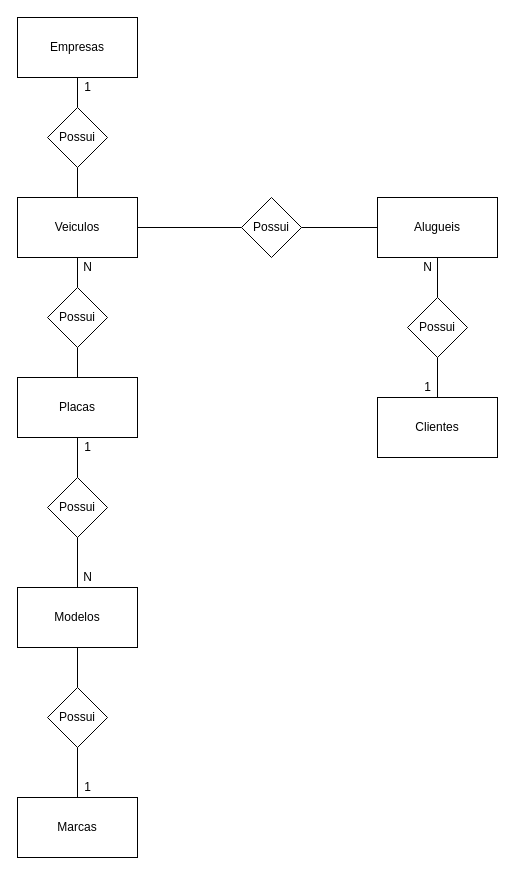
Above: 1.2-exercicio-locadora/1.2-exercicio-locadora.drawio in oliveira-joao/senai_sprint_1bd (draw.io), before the change. Source tidied: cells renumbered, new cells numbered last; positions are measured from the earlier drawing's top-left corner, leaving out a move shared by most shapes. Both pictures are drawn from the tidied source at 100%, with x=0, y=0 at pixel (17, 17).
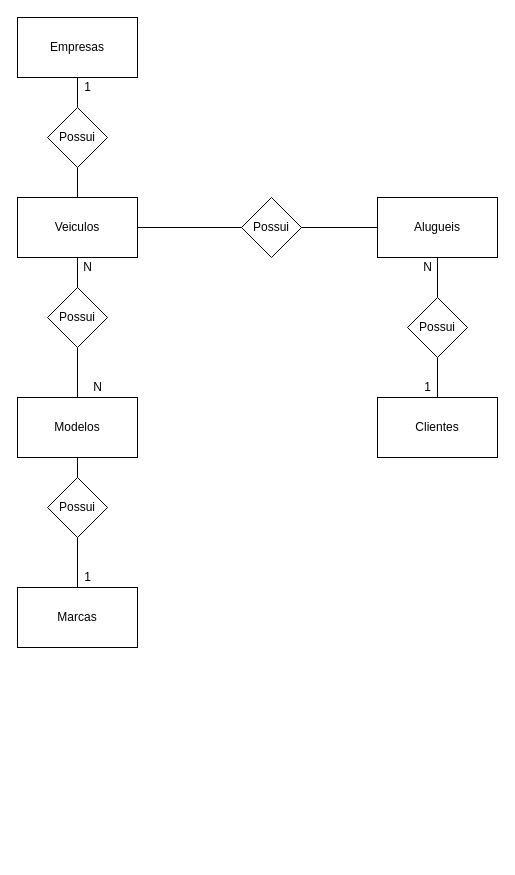
The same page after the edit.

Commit message (it also covers changes not shown here):
Pequenos ajustes arrumados e exercicios finalizados

Unchanged cells that the change refers to:
```xml
<mxCell id="12" value="Possui" style="rhombus;whiteSpace=wrap;html=1;" parent="1" vertex="1">
  <mxGeometry x="30" y="270" width="60" height="60" as="geometry" />
</mxCell>
```

Diff of the diagram source:
```diff
@@
-    <mxCell id="5" value="Placas" style="rounded=0;whiteSpace=wrap;html=1;" parent="1" vertex="1">
-      <mxGeometry y="360" width="120" height="60" as="geometry" />
-    </mxCell>
@@
-    <mxCell id="11" style="edgeStyle=orthogonalEdgeStyle;rounded=0;jettySize=auto;html=1;entryX=0.5;entryY=0;entryDx=0;entryDy=0;startArrow=none;startFill=0;endArrow=none;endFill=0;" parent="1" edge="1" source="12" target="5">
-      <mxGeometry relative="1" as="geometry" />
-    </mxCell>
+    <mxCell id="34" style="edgeStyle=orthogonalEdgeStyle;rounded=0;jettySize=auto;html=1;endArrow=none;endFill=0;" parent="1" edge="1" source="12" target="17">
+      <mxGeometry relative="1" as="geometry" />
+    </mxCell>
@@
-    <mxCell id="13" style="edgeStyle=orthogonalEdgeStyle;rounded=0;jettySize=auto;html=1;entryX=0.5;entryY=1;entryDx=0;entryDy=0;startArrow=none;startFill=0;endArrow=none;endFill=0;" parent="1" edge="1" source="14" target="5">
-      <mxGeometry relative="1" as="geometry" />
-    </mxCell>
-    <mxCell id="14" value="Possui" style="rhombus;whiteSpace=wrap;html=1;" parent="1" vertex="1">
-      <mxGeometry x="30" y="460" width="60" height="60" as="geometry" />
-    </mxCell>
-    <mxCell id="15" style="edgeStyle=orthogonalEdgeStyle;rounded=0;jettySize=auto;html=1;entryX=0.5;entryY=1;entryDx=0;entryDy=0;startArrow=none;startFill=0;endArrow=none;endFill=0;" parent="1" edge="1" source="17" target="14">
-      <mxGeometry relative="1" as="geometry" />
-    </mxCell>
@@
     <mxCell id="17" value="Modelos" style="rounded=0;whiteSpace=wrap;html=1;" parent="1" vertex="1">
-      <mxGeometry y="570" width="120" height="60" as="geometry" />
+      <mxGeometry y="380" width="120" height="60" as="geometry" />
     </mxCell>
@@
     <mxCell id="24" value="Possui" style="rhombus;whiteSpace=wrap;html=1;" parent="1" vertex="1">
-      <mxGeometry x="30" y="670" width="60" height="60" as="geometry" />
+      <mxGeometry x="30" y="460" width="60" height="60" as="geometry" />
     </mxCell>
@@
     <mxCell id="26" value="Marcas" style="rounded=0;whiteSpace=wrap;html=1;" parent="1" vertex="1">
-      <mxGeometry y="780" width="120" height="60" as="geometry" />
+      <mxGeometry y="570" width="120" height="60" as="geometry" />
     </mxCell>
@@
-    <mxCell id="31" value="1" style="text;html=1;align=center;verticalAlign=middle;" parent="1" vertex="1">
-      <mxGeometry x="60" y="420" width="20" height="20" as="geometry" />
-    </mxCell>
     <mxCell id="32" value="N" style="text;html=1;align=center;verticalAlign=middle;" parent="1" vertex="1">
-      <mxGeometry x="60" y="550" width="20" height="20" as="geometry" />
+      <mxGeometry x="70" y="360" width="20" height="20" as="geometry" />
     </mxCell>
     <mxCell id="33" value="1" style="text;html=1;align=center;verticalAlign=middle;" parent="1" vertex="1">
-      <mxGeometry x="60" y="760" width="20" height="20" as="geometry" />
+      <mxGeometry x="60" y="550" width="20" height="20" as="geometry" />
     </mxCell>
```
